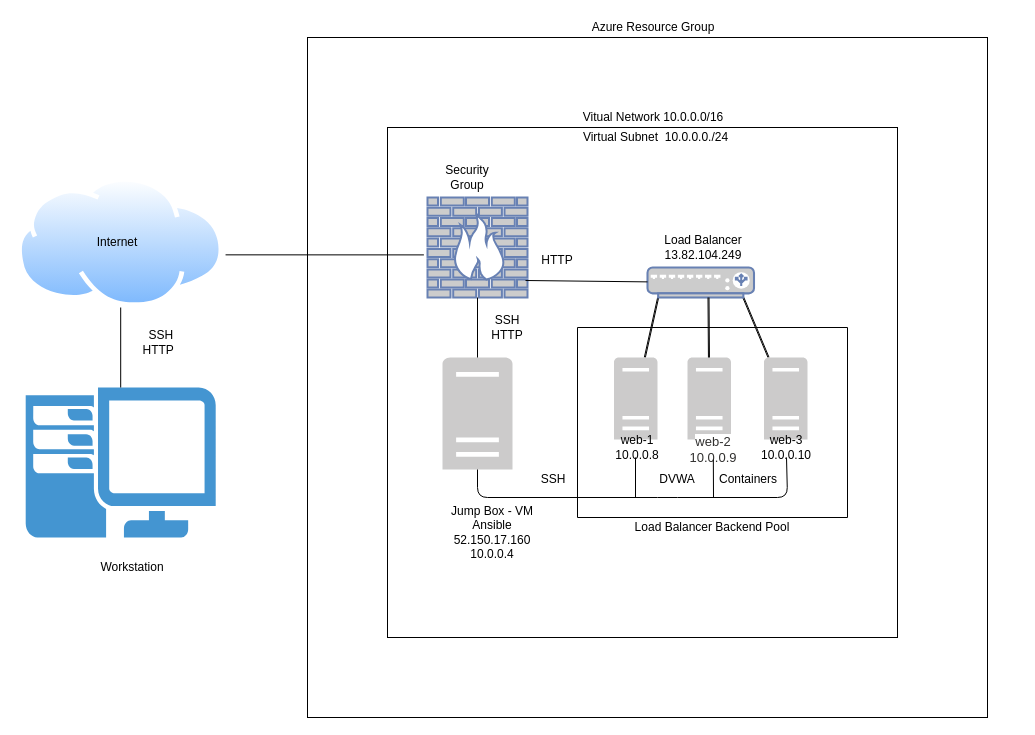
Earlier version of the draw.io diagram Diagrams/elk-stack/elk-stack.drawio (itpurt/cybersecurity). Source tidied: cells renumbered, new cells numbered last; positions are measured from the earlier drawing's top-left corner, leaving out a move shared by most shapes. Both pictures are drawn from the tidied source at 100%, with x=0, y=0 at pixel (17, 17).
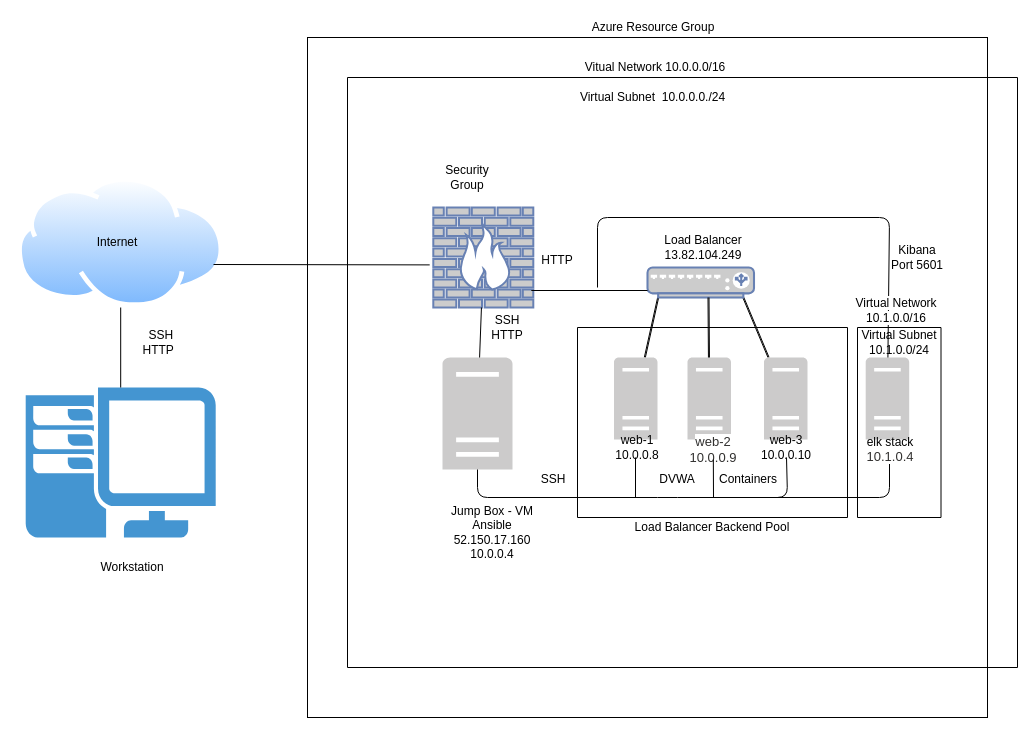
Above is the later version.

Commit message (it also covers changes not shown here):
1) adding new linux scripts 2) updating elk diagram

Unchanged cells that the change refers to:
```xml
<mxCell id="3" style="perimeter=ellipsePerimeter;html=1;align=center;shadow=0;dashed=0;spacingTop=3;image;image=img/lib/active_directory/internet_cloud.svg;" parent="1" vertex="1">
  <mxGeometry y="160" width="206.4" height="130" as="geometry" />
</mxCell>
<mxCell id="12" style="fontColor=#0066CC;verticalAlign=top;verticalLabelPosition=bottom;labelPosition=center;align=center;html=1;outlineConnect=0;fillColor=#CCCCCC;strokeColor=#6881B3;gradientColor=none;gradientDirection=north;strokeWidth=2;shape=mxgraph.networks.load_balancer;" parent="1" vertex="1">
  <mxGeometry x="630" y="250" width="106.5" height="30" as="geometry" />
</mxCell>
```

Diff of the diagram source:
```diff
@@
-    <mxCell id="5" style="whiteSpace=wrap;html=1;" parent="1" vertex="1">
-      <mxGeometry x="370" y="110" width="510" height="510" as="geometry" />
-    </mxCell>
@@
     <mxCell id="7" value="Vitual Network 10.0.0.0/16" style="text;html=1;strokeColor=none;fillColor=none;align=center;verticalAlign=middle;whiteSpace=wrap;rounded=0;" parent="1" vertex="1">
-      <mxGeometry x="555.8" y="90" width="160" height="20" as="geometry" />
+      <mxGeometry x="558.2" y="40" width="160" height="20" as="geometry" />
     </mxCell>
@@
     <mxCell id="9" style="fontColor=#0066CC;verticalAlign=top;verticalLabelPosition=bottom;labelPosition=center;align=center;html=1;outlineConnect=0;fillColor=#CCCCCC;strokeColor=#6881B3;gradientColor=none;gradientDirection=north;strokeWidth=2;shape=mxgraph.networks.firewall;" parent="1" vertex="1">
-      <mxGeometry x="410" y="180" width="100" height="100" as="geometry" />
+      <mxGeometry x="415.8" y="190" width="100" height="100" as="geometry" />
     </mxCell>
@@
-    <mxCell id="22" style="endArrow=none;html=1;entryX=0.98;entryY=0.83;entryDx=0;entryDy=0;entryPerimeter=0;" parent="1" edge="1" source="12" target="9">
-      <mxGeometry relative="1" as="geometry" />
+    <mxCell id="22" style="endArrow=none;html=1;entryX=0.98;entryY=0.83;entryDx=0;entryDy=0;entryPerimeter=0;" parent="1" edge="1" target="9">
+      <mxGeometry relative="1" as="geometry">
+        <mxPoint x="630" y="273" as="sourcePoint" />
+      </mxGeometry>
     </mxCell>
@@
-    <mxCell id="25" style="endArrow=none;html=1;exitX=1.008;exitY=0.595;exitDx=0;exitDy=0;exitPerimeter=0;entryX=-0.036;entryY=0.574;entryDx=0;entryDy=0;entryPerimeter=0;" parent="1" edge="1" source="3" target="9">
-      <mxGeometry relative="1" as="geometry" />
+    <mxCell id="25" style="endArrow=none;html=1;entryX=-0.036;entryY=0.574;entryDx=0;entryDy=0;entryPerimeter=0;" parent="1" edge="1" target="9">
+      <mxGeometry relative="1" as="geometry">
+        <mxPoint x="196" y="247" as="sourcePoint" />
+      </mxGeometry>
     </mxCell>
@@
     <mxCell id="40" value="Virtual Subnet&amp;nbsp; 10.0.0.0./24" style="text;html=1;strokeColor=none;fillColor=none;align=center;verticalAlign=middle;whiteSpace=wrap;rounded=0;" parent="1" vertex="1">
-      <mxGeometry x="555.8" y="110" width="165" height="20" as="geometry" />
+      <mxGeometry x="553.2" y="70" width="165" height="20" as="geometry" />
     </mxCell>
@@
+    <mxCell id="43" style="shadow=0;dashed=0;html=1;strokeColor=none;labelPosition=center;verticalLabelPosition=bottom;verticalAlign=top;outlineConnect=0;align=center;shape=mxgraph.office.servers.server_generic;fillColor=#CCCBCB;" parent="1" vertex="1">
+      <mxGeometry x="848.2" y="340" width="43.5" height="82" as="geometry" />
+    </mxCell>
+    <mxCell id="44" style="endArrow=none;html=1;" parent="1" edge="1">
+      <mxGeometry relative="1" as="geometry">
+        <mxPoint x="750" y="480" as="sourcePoint" />
+        <mxPoint x="872" y="440" as="targetPoint" />
+        <Array as="points">
+          <mxPoint x="872" y="480" />
+        </Array>
+      </mxGeometry>
+    </mxCell>
+    <mxCell id="45" style="endArrow=none;html=1;" parent="1" edge="1" target="43">
+      <mxGeometry relative="1" as="geometry">
+        <mxPoint x="580" y="270" as="sourcePoint" />
+        <Array as="points">
+          <mxPoint x="580" y="200" />
+          <mxPoint x="872" y="200" />
+        </Array>
+      </mxGeometry>
+    </mxCell>
+    <mxCell id="46" style="swimlane;startSize=0;" parent="1" vertex="1">
+      <mxGeometry x="840" y="310" width="83.5" height="190" as="geometry" />
+    </mxCell>
+    <mxCell id="47" value="Virtual Subnet&lt;br&gt;10.1.0.0/24" style="text;html=1;strokeColor=none;fillColor=none;align=center;verticalAlign=middle;whiteSpace=wrap;rounded=0;" parent="46" vertex="1">
+      <mxGeometry width="83.5" height="30" as="geometry" />
+    </mxCell>
+    <mxCell id="48" value="elk stack&lt;br&gt;&lt;span style=&quot;font-size: 13px ; color: rgb(50 , 49 , 48) ; font-family: &amp;#34;az_ea_font&amp;#34; , &amp;#34;segoe ui&amp;#34; , &amp;#34;az_font&amp;#34; , , , &amp;#34;blinkmacsystemfont&amp;#34; , &amp;#34;roboto&amp;#34; , &amp;#34;oxygen&amp;#34; , &amp;#34;ubuntu&amp;#34; , &amp;#34;cantarell&amp;#34; , &amp;#34;open sans&amp;#34; , &amp;#34;helvetica neue&amp;#34; , sans-serif ; background-color: rgb(255 , 255 , 255) ; outline: none&quot;&gt;&lt;span style=&quot;outline: none&quot;&gt;10.1.0.4&lt;/span&gt;&lt;/span&gt;" style="text;html=1;strokeColor=none;fillColor=none;align=center;verticalAlign=middle;whiteSpace=wrap;rounded=0;" parent="46" vertex="1">
+      <mxGeometry x="8.2" y="112" width="50" height="20" as="geometry" />
+    </mxCell>
+    <mxCell id="49" style="swimlane;startSize=0;" parent="1" vertex="1">
+      <mxGeometry x="330" y="60" width="670" height="590" as="geometry" />
+    </mxCell>
+    <mxCell id="50" value="&lt;span style=&quot;font-family: &amp;#34;az_ea_font&amp;#34; , &amp;#34;segoe ui&amp;#34; , &amp;#34;az_font&amp;#34; , , , &amp;#34;blinkmacsystemfont&amp;#34; , &amp;#34;roboto&amp;#34; , &amp;#34;oxygen&amp;#34; , &amp;#34;ubuntu&amp;#34; , &amp;#34;cantarell&amp;#34; , &amp;#34;open sans&amp;#34; , &amp;#34;helvetica neue&amp;#34; , sans-serif ; background-color: rgb(255 , 255 , 255)&quot;&gt;&lt;font style=&quot;font-size: 12px&quot;&gt;Virtual Network&lt;br&gt;10.1.0.0/16&lt;/font&gt;&lt;/span&gt;" style="text;html=1;strokeColor=none;fillColor=none;align=center;verticalAlign=middle;whiteSpace=wrap;rounded=0;" parent="49" vertex="1">
+      <mxGeometry x="500" y="225" width="98.2" height="15" as="geometry" />
+    </mxCell>
+    <mxCell id="51" value="Kibana&lt;br&gt;Port 5601" style="text;html=1;strokeColor=none;fillColor=none;align=center;verticalAlign=middle;whiteSpace=wrap;rounded=0;" parent="1" vertex="1">
+      <mxGeometry x="870" y="220" width="60" height="40" as="geometry" />
+    </mxCell>
```
